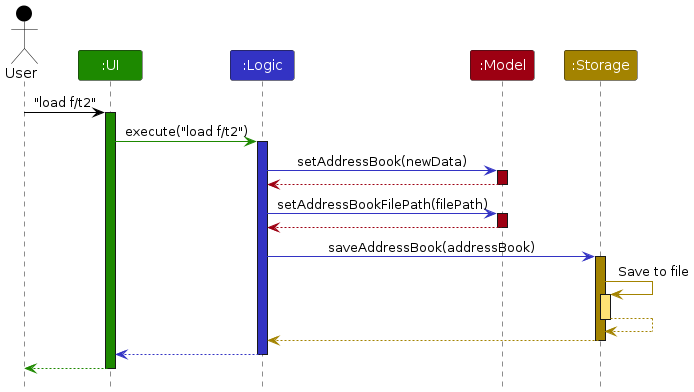
Earlier version of the PlantUML export diagrams/LoadSequenceDiagram.png (AY2324S1-CS2103T-T11-1/tp). Its source is kept beside it as diagrams/LoadSequenceDiagram.puml.
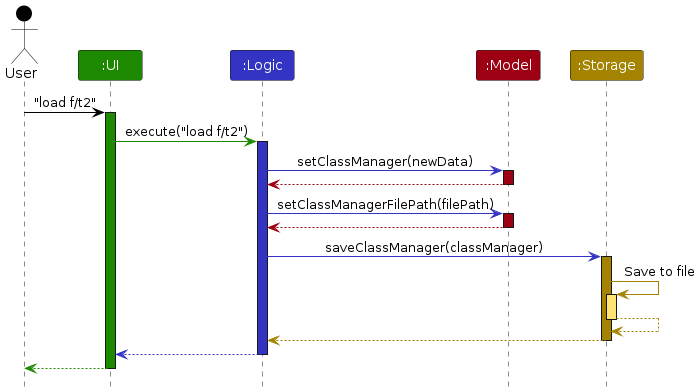
The same diagram one commit later.

The edit, as a diff of the source:
```diff
@@ -14,19 +14,19 @@
 ui -[UI_COLOR]> logic : execute("load f/t2")
 activate logic LOGIC_COLOR
 
-logic -[LOGIC_COLOR]> model : setAddressBook(newData)
+logic -[LOGIC_COLOR]> model : setClassManager(newData)
 activate model MODEL_COLOR
 
 model -[MODEL_COLOR]-> logic
 deactivate model
 
-logic -[LOGIC_COLOR]> model : setAddressBookFilePath(filePath)
+logic -[LOGIC_COLOR]> model : setClassManagerFilePath(filePath)
 activate model MODEL_COLOR
 
 model -[MODEL_COLOR]-> logic
 deactivate model
 
-logic -[LOGIC_COLOR]> storage : saveAddressBook(addressBook)
+logic -[LOGIC_COLOR]> storage : saveClassManager(classManager)
 activate storage STORAGE_COLOR
 
 storage -[STORAGE_COLOR]> storage : Save to file
```
